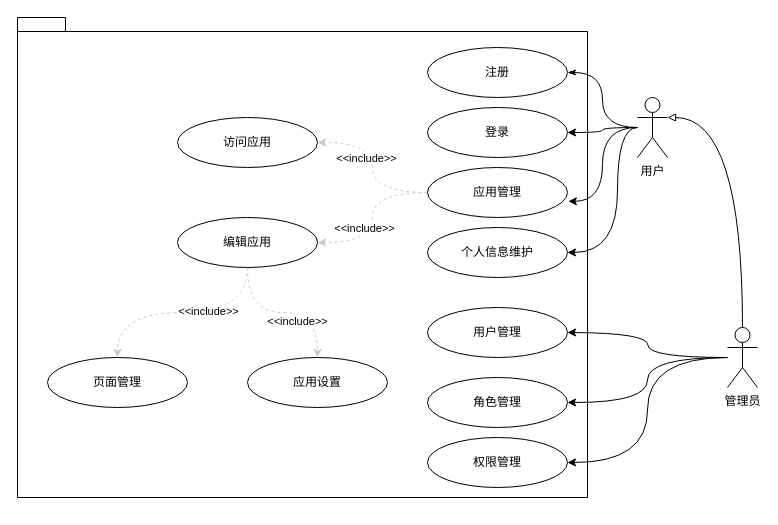
object-kaz/cpplearn keeps this draw.io diagram as 未命名绘图.drawio. Above is the earlier version. Source tidied: cells renumbered, new cells numbered last; positions are measured from the earlier drawing's top-left corner, leaving out a move shared by most shapes. Both pictures are drawn from the tidied source at 100%, with x=0, y=0 at pixel (17, 17).
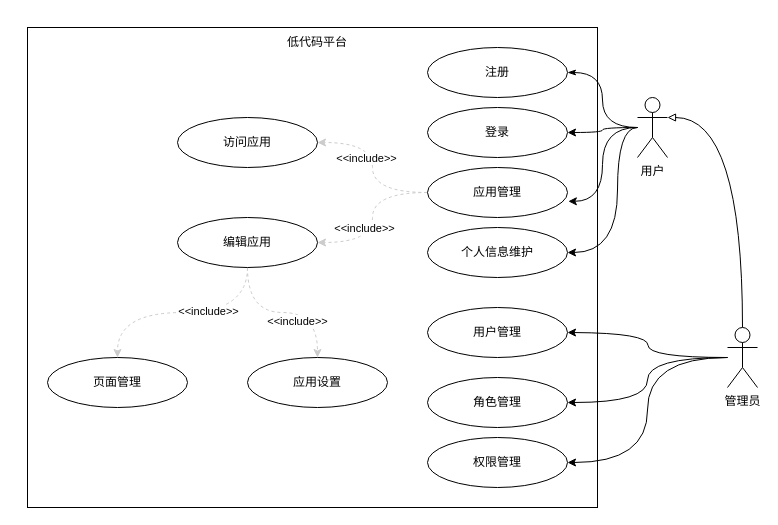
After the change.

Commit message:
更新未命名绘图.drawio

The edit, as a diff of the source:
```diff
@@
-    <mxCell id="2" style="shape=folder;fontStyle=1;spacingTop=10;tabWidth=40;tabHeight=14;tabPosition=left;html=1;whiteSpace=wrap;" parent="1" vertex="1">
-      <mxGeometry width="570" height="480" as="geometry" />
-    </mxCell>
+    <mxCell id="32" style="rounded=0;whiteSpace=wrap;html=1;" parent="1" vertex="1">
+      <mxGeometry x="10" y="10" width="570" height="480" as="geometry" />
+    </mxCell>
@@
+    <mxCell id="33" value="低代码平台" style="text;html=1;strokeColor=none;fillColor=none;align=center;verticalAlign=middle;whiteSpace=wrap;rounded=0;" parent="1" vertex="1">
+      <mxGeometry x="265" y="10" width="70" height="30" as="geometry" />
+    </mxCell>
```
